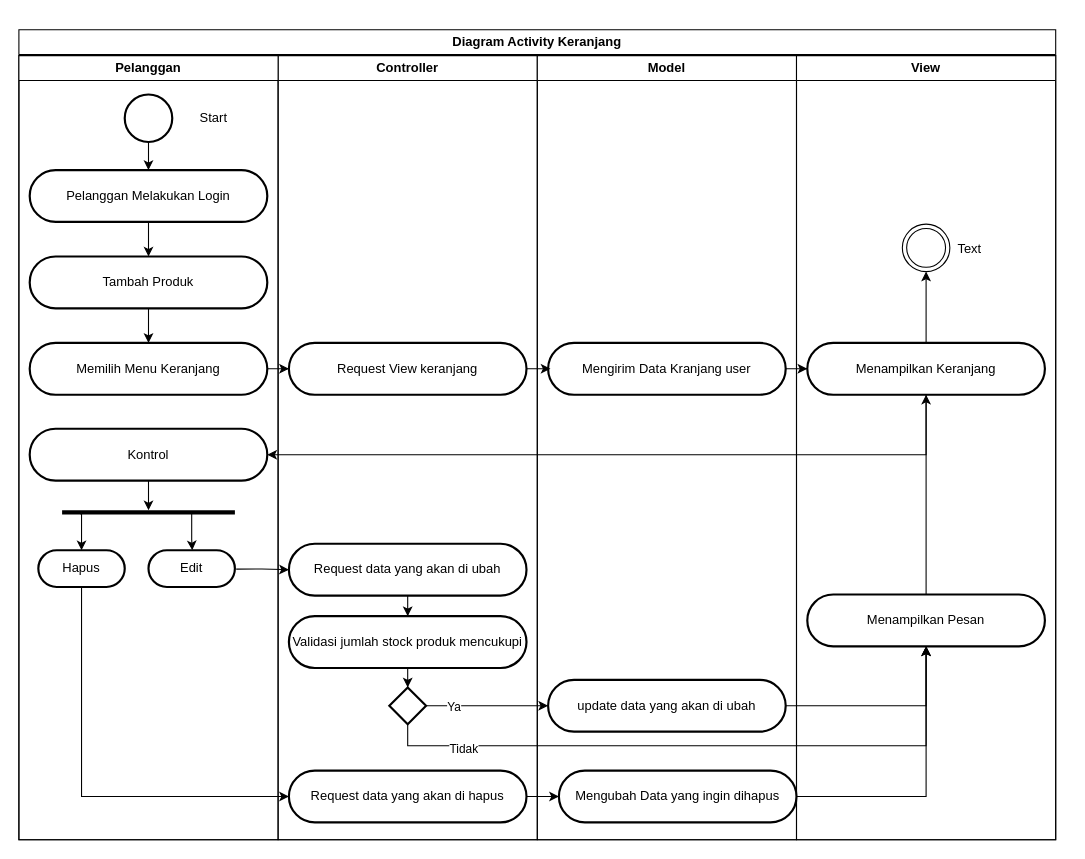
Before: Activiti Diagram Keranjang.drawio in ThikerXCX/umltoko, a draw.io diagram. Source tidied: cells renumbered, new cells numbered last; positions are measured from the earlier drawing's top-left corner, leaving out a move shared by most shapes. Both pictures are drawn from the tidied source at 108%, with x=0, y=0 at pixel (18, 29).
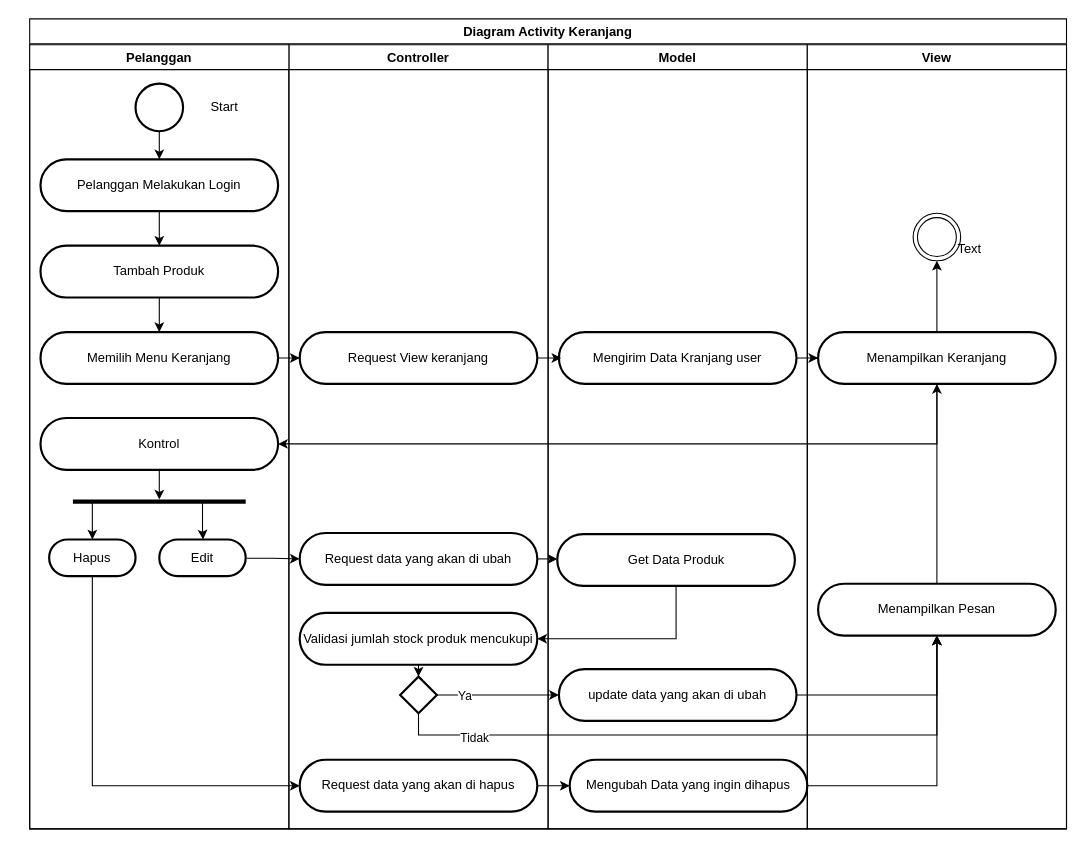
Above is the later version.

Unchanged cells that the change refers to:
```xml
<mxCell id="3" value="Controller" style="swimlane;whiteSpace=wrap;html=1;" parent="2" vertex="1">
  <mxGeometry x="240" y="24" width="240" height="726" as="geometry" />
</mxCell>
<mxCell id="6" value="Request data yang akan di ubah" style="rounded=1;whiteSpace=wrap;html=1;strokeWidth=2;arcSize=50;" parent="3" vertex="1">
  <mxGeometry x="10" y="452" width="220" height="48" as="geometry" />
</mxCell>
<mxCell id="11" value="Model" style="swimlane;whiteSpace=wrap;html=1;" parent="2" vertex="1">
  <mxGeometry x="480" y="24" width="240" height="726" as="geometry" />
</mxCell>
```

Diff of the diagram source:
```diff
@@
     <mxCell id="2" value="Diagram Activity Keranjang" style="swimlane;whiteSpace=wrap;html=1;" parent="1" vertex="1">
-      <mxGeometry width="960" height="750" as="geometry" />
+      <mxGeometry x="10" y="-10" width="960" height="750" as="geometry" />
     </mxCell>
@@
-    <mxCell id="5" style="edgeStyle=orthogonalEdgeStyle;rounded=0;jettySize=auto;html=1;" parent="3" edge="1" source="6" target="8">
-      <mxGeometry relative="1" as="geometry" />
-    </mxCell>
@@
     <mxCell id="8" value="Validasi jumlah stock produk mencukupi" style="rounded=1;whiteSpace=wrap;html=1;strokeWidth=2;arcSize=50;" parent="3" vertex="1">
-      <mxGeometry x="10" y="519" width="220" height="48" as="geometry" />
+      <mxGeometry x="10" y="526" width="220" height="48" as="geometry" />
     </mxCell>
@@
+    <mxCell id="51" value="Get Data Produk" style="rounded=1;whiteSpace=wrap;html=1;strokeWidth=2;arcSize=50;" parent="11" vertex="1">
+      <mxGeometry x="8.5" y="453" width="220" height="48" as="geometry" />
+    </mxCell>
@@
+    <mxCell id="52" style="edgeStyle=orthogonalEdgeStyle;rounded=0;jettySize=auto;html=1;" parent="2" edge="1" source="6" target="51">
+      <mxGeometry relative="1" as="geometry">
+        <Array as="points">
+          <mxPoint x="490" y="500" />
+          <mxPoint x="490" y="500" />
+        </Array>
+      </mxGeometry>
+    </mxCell>
+    <mxCell id="5" style="edgeStyle=orthogonalEdgeStyle;rounded=0;jettySize=auto;html=1;exitX=0.5;exitY=1;exitDx=0;exitDy=0;entryX=1;entryY=0.5;entryDx=0;entryDy=0;" parent="2" edge="1" source="51" target="8">
+      <mxGeometry relative="1" as="geometry" />
+    </mxCell>
```
